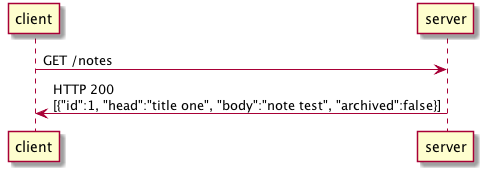
This is docs/images/notes/get_positive.png from EvilKhaosKat/notes-sharing, a PlantUML export, as it was before one commit. The source it was exported from:
```plantuml
@startuml
client -> server: GET /notes
server -> client: HTTP 200\n[{"id":1, "head":"title one", "body":"note test", "archived":false}]
@enduml
```
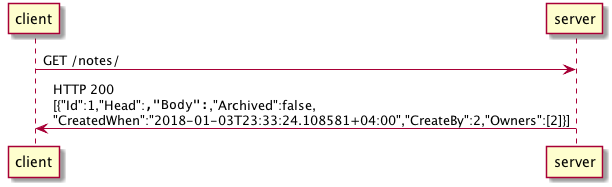
After the change.

Commit message:
NS-8 Put/delete notes api docs

What changed in the source:
```diff
@@ -1,4 +1,4 @@
 @startuml
-client -> server: GET /notes
-server -> client: HTTP 200\n[{"id":1, "head":"title one", "body":"note test", "archived":false}]
+client -> server: GET /notes/
+server -> client: HTTP 200\n[{"Id":1,"Head":"","Body":"","Archived":false,\n"CreatedWhen":"2018-01-03T23:33:24.108581+04:00","CreateBy":2,"Owners":[2]}]
 @enduml
```
